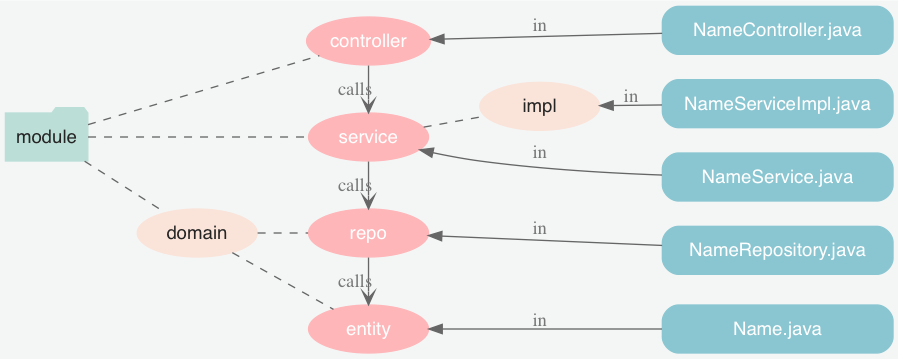
Jeanhwea/jeanhwea.github.io keeps this Graphviz diagram as static/image/2019/07/spring-mvc-module.png. Above is the earlier version. Its source is kept beside it as static/image/2019/07/spring-mvc-module.dot.
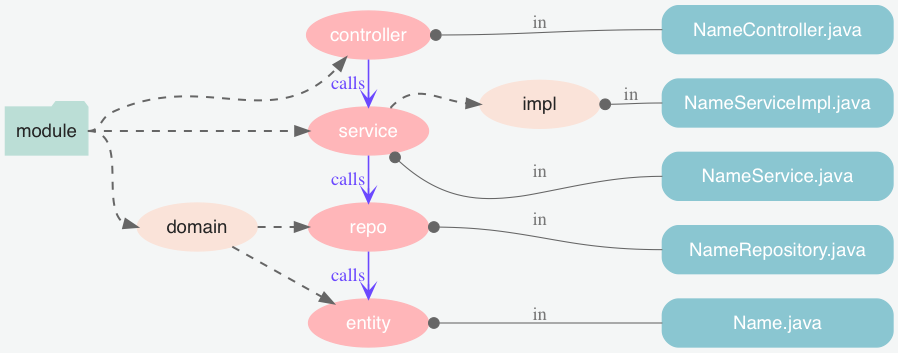
The same diagram one commit later.

What changed in the source:
```diff
@@ -1,5 +1,6 @@
-digraph G {
+strict digraph G {
   rankdir="LR";
+  splines=true;
   bgcolor="#f4f6f6";
 
   node[shape=folder, style=filled, color="#bbded6", fontcolor="#252525", fontname="Helvetia"];
@@ -15,10 +16,13 @@
   domain;
   service_impl[label="impl"];
 
-  edge[style=dashed, color="#666666", fontcolor="#777777", arrowhead="none"];
-  module -> {domain, service, controller};
-  domain -> {entity, repository};
-  service -> service_impl;
+  edge[style=dashed, color="#666666", fontcolor="#777777", arrowhead="normal", penwidth=1.5];
+  module:e -> controller:sw;
+  module:e -> service:w;
+  module:e -> domain:w;
+  domain -> entity;
+  domain -> repository;
+  service:ne -> service_impl:w;
 
   node[shape=Mrecord, style=filled, color="#8ac6d1", fontcolor="#ffffff", width=2.4];
   {
@@ -30,16 +34,16 @@
     NameController[label="NameController.java"];
   }
 
-  edge[shape=dot, style=solid, label="in", dir="back", arrowtail="normal"];
+  edge[shape=dot, style=solid, label="in", dir=back, arrowtail="dot", penwidth=0.8];
   {
-    entity -> Name;
-    repository -> NameRepository;
-    service -> NameService;
-    service_impl -> NameServiceImpl;
-    controller -> NameController;
+    entity:e -> Name:w;
+    repository:e -> NameRepository:w;
+    service:se -> NameService:w;
+    service_impl:e -> NameServiceImpl:w;
+    controller:e -> NameController:w;
   }
 
-  edge[style=solid, dir=forward, arrowhead="vee", label="calls"];
+  edge[style=solid, dir=forward, arrowhead="vee", label="calls   ", color="#6b48ff", fontcolor="#6b48ff", penwidth=1.2];
   {
     rank="same";
     controller -> service -> repository -> entity;
```
